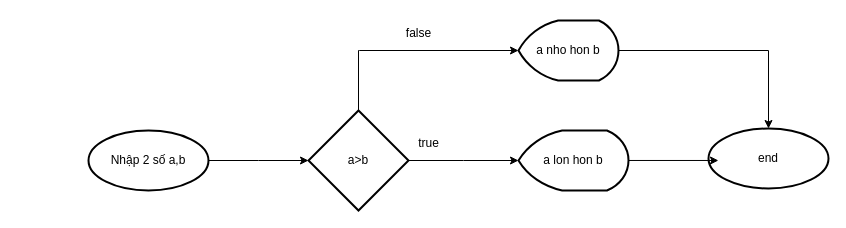
Above: b1/FlowChart1.drawio in CuongLiam/C-Rikkei- (draw.io), before the change. Source tidied: cells renumbered, new cells numbered last; positions are measured from the earlier drawing's top-left corner, leaving out a move shared by most shapes. Both pictures are drawn from the tidied source at 100%, with x=0, y=0 at pixel (88, 18).
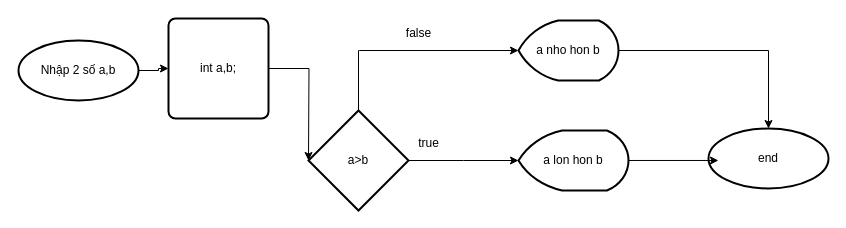
Above is the later version.

Change to the diagram source:
```diff
@@
 <mxGraphModel>
   <root>
     <mxCell id="0" />
     <mxCell id="1" parent="0" />
-    <mxCell id="2" style="edgeStyle=orthogonalEdgeStyle;rounded=0;jettySize=auto;html=1;" parent="1" edge="1" source="3">
+    <mxCell id="2" style="edgeStyle=orthogonalEdgeStyle;rounded=0;jettySize=auto;html=1;" parent="1" edge="1" source="15">
       <mxGeometry relative="1" as="geometry">
         <mxPoint x="220" y="142" as="targetPoint" />
       </mxGeometry>
     </mxCell>
     <mxCell id="3" value="Nhập 2 số a,b" style="strokeWidth=2;html=1;shape=mxgraph.flowchart.start_1;whiteSpace=wrap;" parent="1" vertex="1">
-      <mxGeometry y="112" width="120" height="60" as="geometry" />
+      <mxGeometry x="-70" y="22" width="120" height="60" as="geometry" />
     </mxCell>
     <mxCell id="4" style="edgeStyle=orthogonalEdgeStyle;rounded=0;jettySize=auto;html=1;" parent="1" edge="1" source="6">
       <mxGeometry relative="1" as="geometry">
         <mxPoint x="430" y="142" as="targetPoint" />
       </mxGeometry>
     </mxCell>
     <mxCell id="5" style="edgeStyle=orthogonalEdgeStyle;rounded=0;jettySize=auto;html=1;" parent="1" edge="1" source="6" target="10">
       <mxGeometry relative="1" as="geometry">
         <Array as="points">
           <mxPoint x="270" y="32" />
           <mxPoint x="271" y="32" />
         </Array>
       </mxGeometry>
     </mxCell>
     <mxCell id="6" value="a&amp;gt;b" style="strokeWidth=2;html=1;shape=mxgraph.flowchart.decision;whiteSpace=wrap;" parent="1" vertex="1">
       <mxGeometry x="220" y="92" width="100" height="100" as="geometry" />
     </mxCell>
     <mxCell id="7" value="a lon hon b" style="strokeWidth=2;html=1;shape=mxgraph.flowchart.display;whiteSpace=wrap;" parent="1" vertex="1">
       <mxGeometry x="430" y="112" width="110" height="60" as="geometry" />
     </mxCell>
     <mxCell id="8" value="true" style="text;html=1;align=center;verticalAlign=middle;strokeColor=none;fillColor=none;" parent="1" vertex="1">
       <mxGeometry x="320" y="110" width="40" height="30" as="geometry" />
     </mxCell>
     <mxCell id="9" style="edgeStyle=orthogonalEdgeStyle;rounded=0;jettySize=auto;html=1;entryX=0.5;entryY=0;entryDx=0;entryDy=0;entryPerimeter=0;" parent="1" edge="1" source="10" target="12">
       <mxGeometry relative="1" as="geometry" />
     </mxCell>
     <mxCell id="10" value="a nho hon b" style="strokeWidth=2;html=1;shape=mxgraph.flowchart.display;whiteSpace=wrap;" parent="1" vertex="1">
       <mxGeometry x="430" y="2" width="100" height="60" as="geometry" />
     </mxCell>
     <mxCell id="11" value="false" style="text;html=1;align=center;verticalAlign=middle;strokeColor=none;fillColor=none;" parent="1" vertex="1">
       <mxGeometry x="305" width="50" height="30" as="geometry" />
     </mxCell>
     <mxCell id="12" value="end" style="strokeWidth=2;html=1;shape=mxgraph.flowchart.start_1;whiteSpace=wrap;" parent="1" vertex="1">
       <mxGeometry x="620" y="110" width="120" height="60" as="geometry" />
     </mxCell>
     <mxCell id="13" style="edgeStyle=orthogonalEdgeStyle;rounded=0;jettySize=auto;html=1;entryX=0.083;entryY=0.533;entryDx=0;entryDy=0;entryPerimeter=0;" parent="1" edge="1" source="7" target="12">
       <mxGeometry relative="1" as="geometry" />
     </mxCell>
+    <mxCell id="14" style="edgeStyle=orthogonalEdgeStyle;rounded=0;jettySize=auto;html=1;" parent="1" edge="1" source="3" target="15">
+      <mxGeometry relative="1" as="geometry" />
+    </mxCell>
+    <mxCell id="15" value="int a,b;" style="rounded=1;whiteSpace=wrap;html=1;absoluteArcSize=1;arcSize=14;strokeWidth=2;" parent="1" vertex="1">
+      <mxGeometry x="80" width="100" height="100" as="geometry" />
+    </mxCell>
   </root>
 </mxGraphModel>
```
